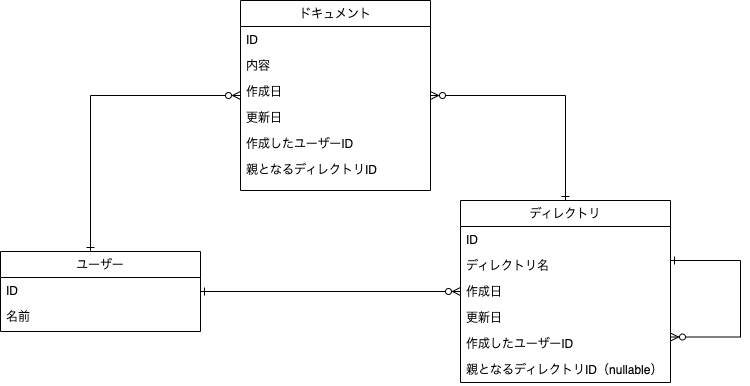
yuikoito/PrAhaChallenge keeps this draw.io diagram as db/db-modeling-3/DB3 Diagram task1.drawio.png. Above is the earlier version. Source tidied: cells renumbered, new cells last; positions are measured from the earlier drawing's top-left corner, leaving out a move shared by most shapes.
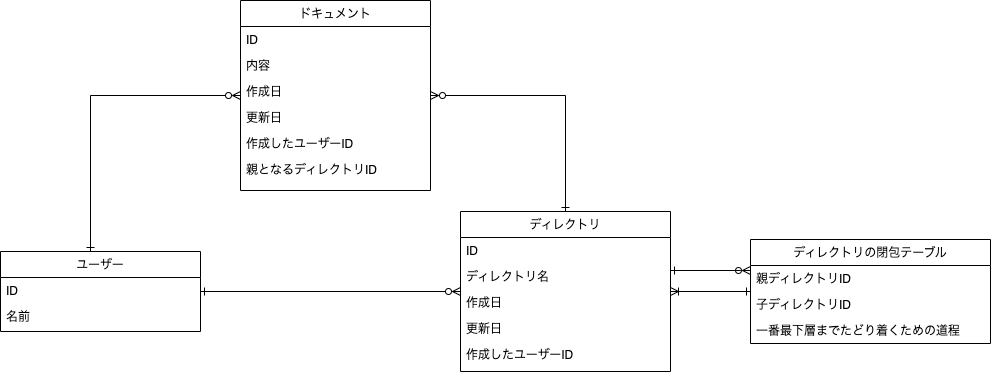
After the commit.

Change to the diagram source:
```diff
@@ -45,8 +45,16 @@
     <mxCell id="14" value="親となるディレクトリID" style="text;align=left;verticalAlign=top;spacingLeft=4;spacingRight=4;overflow=hidden;" parent="8" vertex="1">
       <mxGeometry y="156" width="190" height="30" as="geometry" />
     </mxCell>
+    <mxCell id="23" style="edgeStyle=orthogonalEdgeStyle;rounded=0;jettySize=auto;html=1;startArrow=ERone;startFill=0;endArrow=ERzeroToMany;endFill=0;" parent="1" edge="1" source="15" target="25">
+      <mxGeometry relative="1" as="geometry">
+        <Array as="points">
+          <mxPoint x="740" y="270" />
+          <mxPoint x="740" y="270" />
+        </Array>
+      </mxGeometry>
+    </mxCell>
     <mxCell id="15" value="ディレクトリ" style="swimlane;fontStyle=0;align=center;verticalAlign=top;horizontal=1;startSize=26;rounded=0;shadow=0;strokeWidth=1;" parent="1" vertex="1">
-      <mxGeometry x="460" y="200" width="210" height="182" as="geometry" />
+      <mxGeometry x="460" y="211" width="210" height="160" as="geometry" />
     </mxCell>
     <mxCell id="16" value="ID" style="text;align=left;verticalAlign=top;spacingLeft=4;spacingRight=4;overflow=hidden;" parent="15" vertex="1">
       <mxGeometry y="26" width="210" height="26" as="geometry" />
@@ -63,16 +71,20 @@
     <mxCell id="20" value="作成したユーザーID" style="text;align=left;verticalAlign=top;spacingLeft=4;spacingRight=4;overflow=hidden;" parent="15" vertex="1">
       <mxGeometry y="130" width="210" height="26" as="geometry" />
     </mxCell>
-    <mxCell id="21" value="親となるディレクトリID（nullable）" style="text;align=left;verticalAlign=top;spacingLeft=4;spacingRight=4;overflow=hidden;" parent="15" vertex="1">
-      <mxGeometry y="156" width="210" height="26" as="geometry" />
-    </mxCell>
-    <mxCell id="22" style="edgeStyle=orthogonalEdgeStyle;rounded=0;orthogonalLoop=1;jettySize=auto;html=1;entryX=1;entryY=0.75;entryDx=0;entryDy=0;startArrow=ERone;startFill=0;endArrow=ERzeroToMany;endFill=0;" parent="1" edge="1" source="15" target="15">
-      <mxGeometry relative="1" as="geometry">
-        <Array as="points">
-          <mxPoint x="740" y="260" />
-          <mxPoint x="740" y="337" />
-        </Array>
-      </mxGeometry>
-    </mxCell>
+    <mxCell id="24" style="edgeStyle=orthogonalEdgeStyle;rounded=0;jettySize=auto;html=1;startArrow=ERone;startFill=0;endArrow=ERoneToMany;endFill=0;" parent="1" edge="1" source="25" target="15">
+      <mxGeometry relative="1" as="geometry" />
+    </mxCell>
+    <mxCell id="25" value="ディレクトリの閉包テーブル" style="swimlane;fontStyle=0;align=center;verticalAlign=top;horizontal=1;startSize=26;rounded=0;shadow=0;strokeWidth=1;" parent="1" vertex="1">
+      <mxGeometry x="750" y="239" width="240" height="104" as="geometry" />
+    </mxCell>
+    <mxCell id="26" value="親ディレクトリID" style="text;align=left;verticalAlign=top;spacingLeft=4;spacingRight=4;overflow=hidden;" parent="25" vertex="1">
+      <mxGeometry y="26" width="240" height="26" as="geometry" />
+    </mxCell>
+    <mxCell id="27" value="子ディレクトリID" style="text;align=left;verticalAlign=top;spacingLeft=4;spacingRight=4;overflow=hidden;rounded=0;shadow=0;html=0;" parent="25" vertex="1">
+      <mxGeometry y="52" width="240" height="26" as="geometry" />
+    </mxCell>
+    <mxCell id="28" value="一番最下層までたどり着くための道程" style="text;align=left;verticalAlign=top;spacingLeft=4;spacingRight=4;overflow=hidden;rounded=0;shadow=0;html=0;" parent="25" vertex="1">
+      <mxGeometry y="78" width="240" height="26" as="geometry" />
+    </mxCell>
   </root>
 </mxGraphModel>
```
